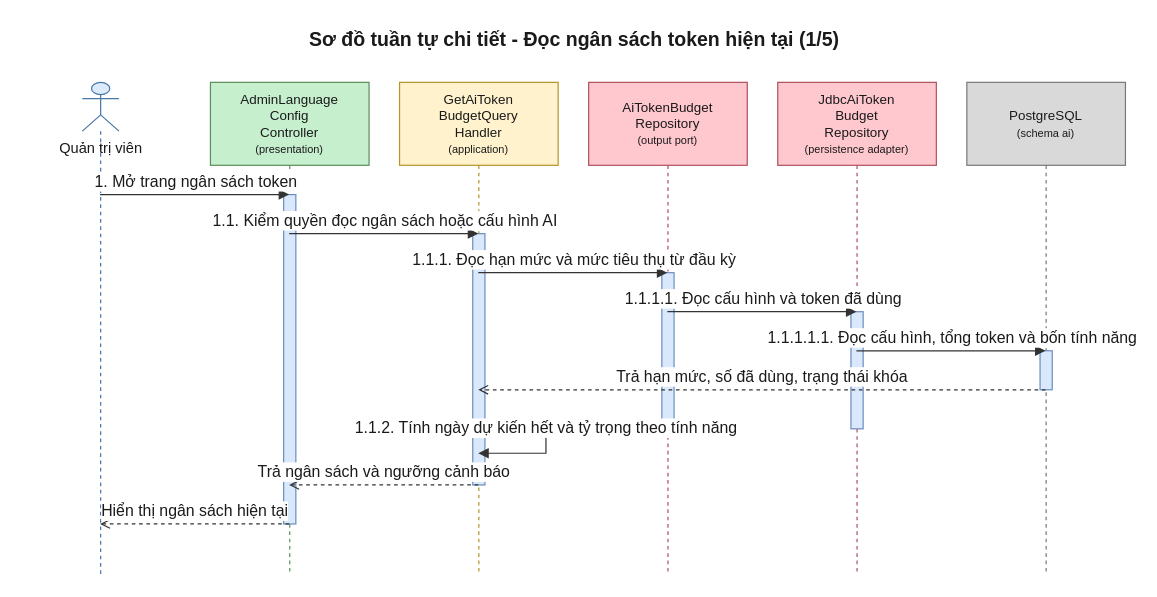
Earlier version of the draw.io diagram 08-diagram/sequence/admin/sequence_admin_dat_ngan_sach_token_p1.drawio (daiphu1801/PRJ_ALGOPREP). Source tidied: cells renumbered, new cells numbered last; positions are measured from the earlier drawing's top-left corner, leaving out a move shared by most shapes. Both pictures are drawn from the tidied source at 122%, with x=0, y=0 at pixel (21, 21).
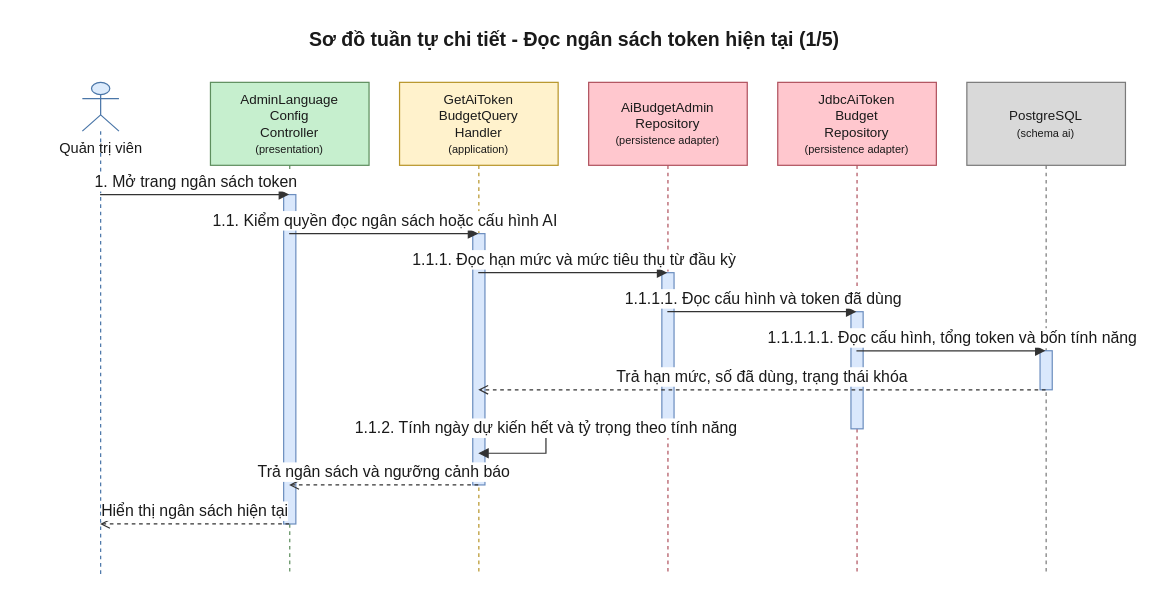
The same diagram, later.

The edit, as a diff of the source:
```diff
@@
-    <mxCell id="6" value="AiTokenBudget&lt;br&gt;Repository&lt;br&gt;&lt;font style=&quot;font-size:9px&quot;&gt;(output port)&lt;/font&gt;" style="shape=umlLifeline;perimeter=lifelinePerimeter;whiteSpace=wrap;html=1;outlineConnect=0;size=68;fontSize=11;fillColor=#FFC7CE;strokeColor=#B0525E;fontColor=#1A1A1A;" parent="1" vertex="1">
+    <mxCell id="6" value="AiBudgetAdmin&lt;br&gt;Repository&lt;br&gt;&lt;font style=&quot;font-size:9px&quot;&gt;(persistence adapter)&lt;/font&gt;" style="shape=umlLifeline;perimeter=lifelinePerimeter;whiteSpace=wrap;html=1;outlineConnect=0;size=68;fontSize=11;fillColor=#FFC7CE;strokeColor=#B0525E;fontColor=#1A1A1A;" parent="1" vertex="1">
       <mxGeometry x="465" y="50" width="130" height="404" as="geometry" />
     </mxCell>
```
